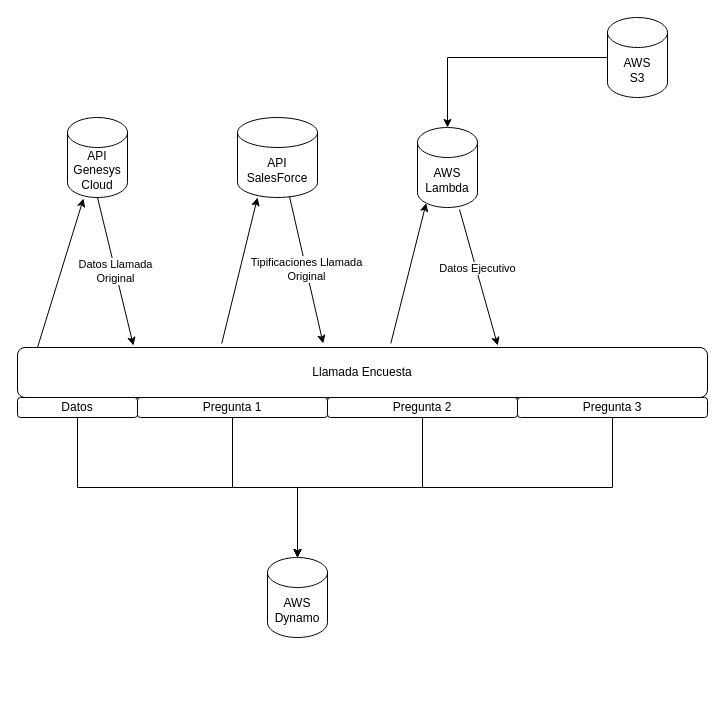
Earlier version of the draw.io diagram Modelo EPA 2.drawio (nonate/personalProject). Source tidied: cells renumbered, new cells numbered last; positions are measured from the earlier drawing's top-left corner, leaving out a move shared by most shapes. Both pictures are drawn from the tidied source at 100%, with x=0, y=0 at pixel (17, 17).
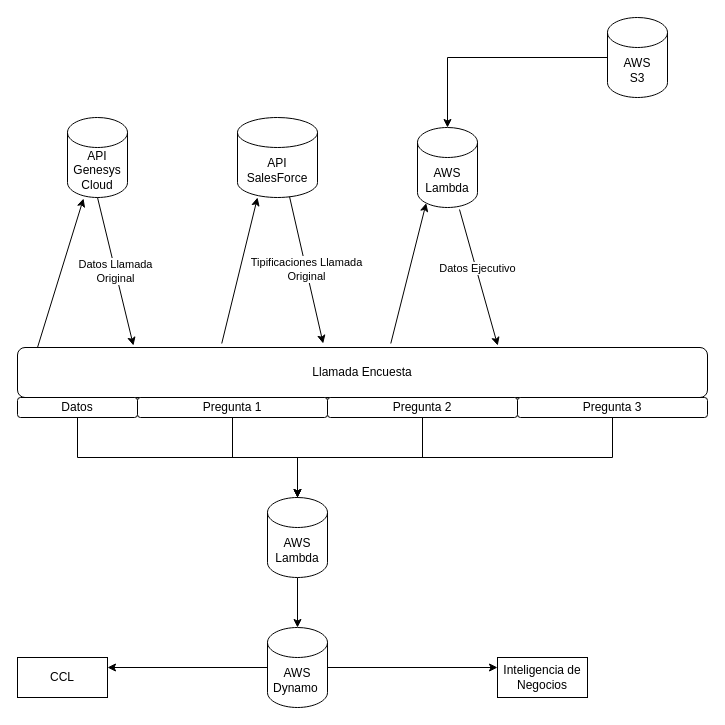
Above is the later version.

The change refers to these unchanged cells:
```xml
<mxCell id="17" value="Datos" style="rounded=1;whiteSpace=wrap;html=1;" parent="1" vertex="1">
  <mxGeometry y="380" width="120" height="20" as="geometry" />
</mxCell>
<mxCell id="19" value="Pregunta 1" style="rounded=1;whiteSpace=wrap;html=1;" parent="1" vertex="1">
  <mxGeometry x="120" y="380" width="190" height="20" as="geometry" />
</mxCell>
<mxCell id="21" value="Pregunta 2" style="rounded=1;whiteSpace=wrap;html=1;" parent="1" vertex="1">
  <mxGeometry x="310" y="380" width="190" height="20" as="geometry" />
</mxCell>
<mxCell id="23" value="Pregunta 3" style="rounded=1;whiteSpace=wrap;html=1;" parent="1" vertex="1">
  <mxGeometry x="500" y="380" width="190" height="20" as="geometry" />
</mxCell>
```

The edit, as a diff of the source:
```diff
@@
-    <mxCell id="3" value="AWS Dynamo" style="shape=cylinder3;whiteSpace=wrap;html=1;boundedLbl=1;backgroundOutline=1;size=15;" parent="1" vertex="1">
-      <mxGeometry x="250" y="540" width="60" height="80" as="geometry" />
-    </mxCell>
@@
-    <mxCell id="16" style="edgeStyle=orthogonalEdgeStyle;rounded=0;jettySize=auto;html=1;" parent="1" edge="1" source="17">
+    <mxCell id="16" style="edgeStyle=orthogonalEdgeStyle;rounded=0;jettySize=auto;html=1;startArrow=none;" parent="1" edge="1" source="3">
       <mxGeometry relative="1" as="geometry">
         <mxPoint x="280" y="540" as="targetPoint" />
         <Array as="points">
-          <mxPoint x="60" y="470" />
-          <mxPoint x="280" y="470" />
+          <mxPoint x="280" y="440" />
+          <mxPoint x="280" y="440" />
         </Array>
       </mxGeometry>
     </mxCell>
@@
     <mxCell id="18" style="edgeStyle=orthogonalEdgeStyle;rounded=0;jettySize=auto;html=1;entryX=0.5;entryY=0;entryDx=0;entryDy=0;entryPerimeter=0;" parent="1" edge="1" source="19" target="3">
-      <mxGeometry relative="1" as="geometry" />
+      <mxGeometry relative="1" as="geometry">
+        <Array as="points">
+          <mxPoint x="215" y="440" />
+          <mxPoint x="280" y="440" />
+        </Array>
+      </mxGeometry>
     </mxCell>
@@
     <mxCell id="20" style="edgeStyle=orthogonalEdgeStyle;rounded=0;jettySize=auto;html=1;entryX=0.5;entryY=0;entryDx=0;entryDy=0;entryPerimeter=0;" parent="1" edge="1" source="21" target="3">
-      <mxGeometry relative="1" as="geometry" />
+      <mxGeometry relative="1" as="geometry">
+        <Array as="points">
+          <mxPoint x="405" y="440" />
+          <mxPoint x="280" y="440" />
+        </Array>
+      </mxGeometry>
     </mxCell>
@@
     <mxCell id="22" style="edgeStyle=orthogonalEdgeStyle;rounded=0;jettySize=auto;html=1;" parent="1" edge="1" source="23" target="3">
       <mxGeometry relative="1" as="geometry">
         <Array as="points">
-          <mxPoint x="595" y="470" />
-          <mxPoint x="280" y="470" />
+          <mxPoint x="595" y="440" />
+          <mxPoint x="280" y="440" />
         </Array>
       </mxGeometry>
     </mxCell>
@@
+    <mxCell id="24" style="edgeStyle=orthogonalEdgeStyle;rounded=0;jettySize=auto;html=1;entryX=0.5;entryY=0;entryDx=0;entryDy=0;entryPerimeter=0;" parent="1" edge="1" source="3" target="28">
+      <mxGeometry relative="1" as="geometry" />
+    </mxCell>
+    <mxCell id="3" value="AWS Lambda" style="shape=cylinder3;whiteSpace=wrap;html=1;boundedLbl=1;backgroundOutline=1;size=15;" parent="1" vertex="1">
+      <mxGeometry x="250" y="480" width="60" height="80" as="geometry" />
+    </mxCell>
+    <mxCell id="25" style="edgeStyle=orthogonalEdgeStyle;rounded=0;jettySize=auto;html=1;endArrow=none;" parent="1" edge="1" source="17" target="3">
+      <mxGeometry relative="1" as="geometry">
+        <Array as="points">
+          <mxPoint x="60" y="440" />
+          <mxPoint x="280" y="440" />
+        </Array>
+      </mxGeometry>
+    </mxCell>
+    <mxCell id="26" style="edgeStyle=orthogonalEdgeStyle;rounded=0;jettySize=auto;html=1;entryX=0;entryY=0.25;entryDx=0;entryDy=0;" parent="1" edge="1" source="28" target="30">
+      <mxGeometry relative="1" as="geometry" />
+    </mxCell>
+    <mxCell id="27" style="edgeStyle=orthogonalEdgeStyle;rounded=0;jettySize=auto;html=1;entryX=1;entryY=0.25;entryDx=0;entryDy=0;" parent="1" edge="1" source="28" target="29">
+      <mxGeometry relative="1" as="geometry" />
+    </mxCell>
+    <mxCell id="28" value="AWS&lt;br&gt;Dynamo&amp;nbsp;" style="shape=cylinder3;whiteSpace=wrap;html=1;boundedLbl=1;backgroundOutline=1;size=15;" parent="1" vertex="1">
+      <mxGeometry x="250" y="610" width="60" height="80" as="geometry" />
+    </mxCell>
+    <mxCell id="29" value="CCL" style="rounded=0;whiteSpace=wrap;html=1;" parent="1" vertex="1">
+      <mxGeometry y="640" width="90" height="40" as="geometry" />
+    </mxCell>
+    <mxCell id="30" value="Inteligencia de Negocios" style="rounded=0;whiteSpace=wrap;html=1;" parent="1" vertex="1">
+      <mxGeometry x="480" y="640" width="90" height="40" as="geometry" />
+    </mxCell>
```
